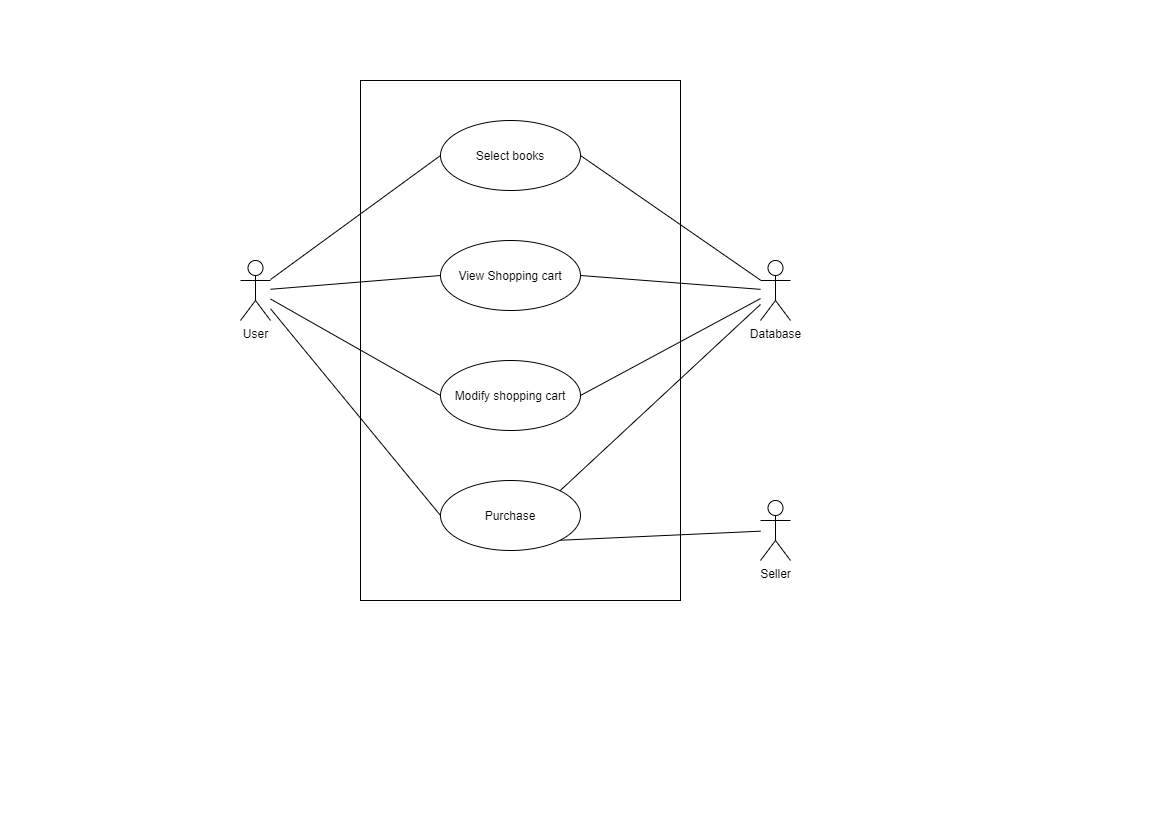
Above: Use case.png in songvut365/software-architecture-and-design-labs (draw.io), before the change. Source tidied: cells renumbered, new cells last; positions are measured from the earlier drawing's top-left corner, leaving out a move shared by most shapes.
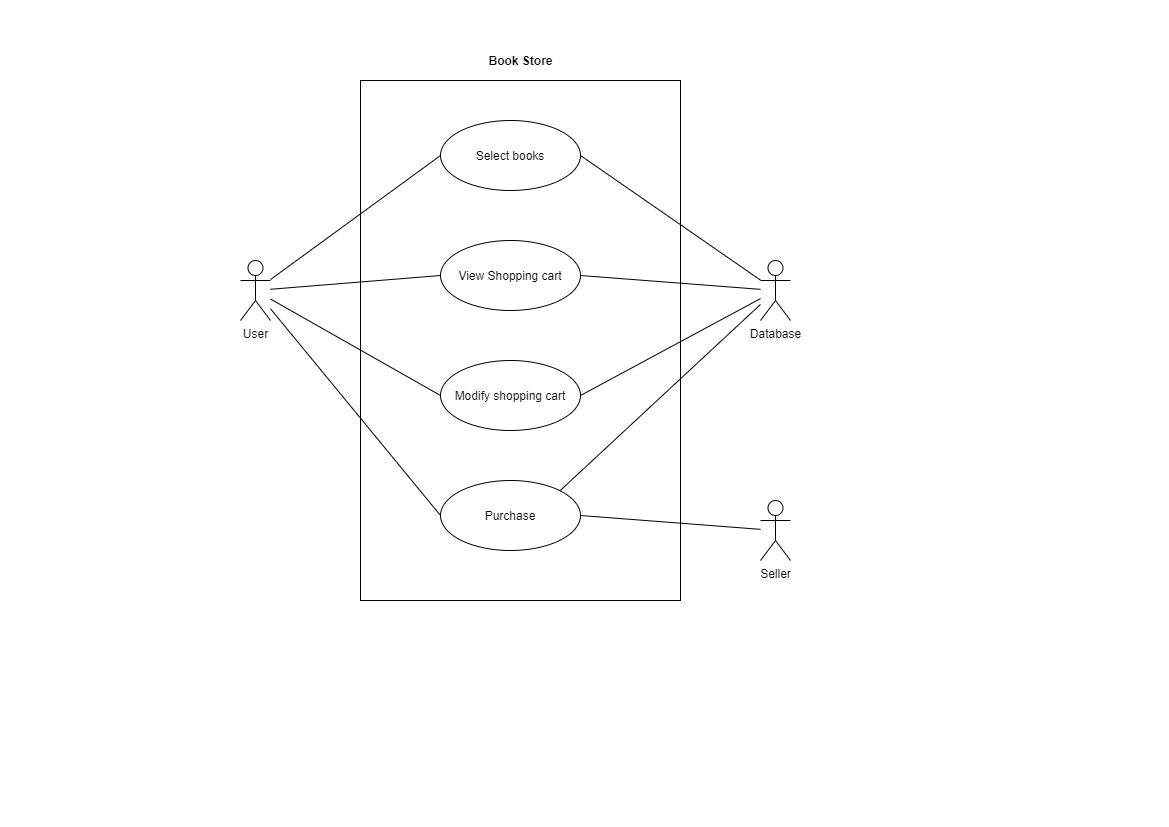
The same diagram one commit later.

Commit message:
Update use case png

Diff of the diagram source:
```diff
@@ -38,7 +38,7 @@
     <mxCell id="13" value="Modify shopping cart" style="ellipse;whiteSpace=wrap;html=1;" parent="1" vertex="1">
       <mxGeometry x="200" y="280" width="140" height="70" as="geometry" />
     </mxCell>
-    <mxCell id="14" style="edgeStyle=none;rounded=0;jettySize=auto;html=1;endArrow=none;endFill=0;exitX=1;exitY=1;exitDx=0;exitDy=0;" parent="1" edge="1" source="16" target="17">
+    <mxCell id="14" style="edgeStyle=none;rounded=0;jettySize=auto;html=1;endArrow=none;endFill=0;exitX=1;exitY=0.5;exitDx=0;exitDy=0;" parent="1" edge="1" source="16" target="17">
       <mxGeometry relative="1" as="geometry" />
     </mxCell>
     <mxCell id="15" style="edgeStyle=none;rounded=0;jettySize=auto;html=1;endArrow=none;endFill=0;exitX=1;exitY=0;exitDx=0;exitDy=0;" parent="1" edge="1" source="16" target="18">
@@ -53,5 +53,8 @@
     <mxCell id="18" value="Database" style="shape=umlActor;verticalLabelPosition=bottom;verticalAlign=top;html=1;" parent="1" vertex="1">
       <mxGeometry x="520" y="180" width="30" height="60" as="geometry" />
     </mxCell>
+    <mxCell id="19" value="Book Store" style="text;html=1;align=center;verticalAlign=middle;fontStyle=1;" parent="1" vertex="1">
+      <mxGeometry x="240" y="-30" width="80" height="20" as="geometry" />
+    </mxCell>
   </root>
 </mxGraphModel>
```
